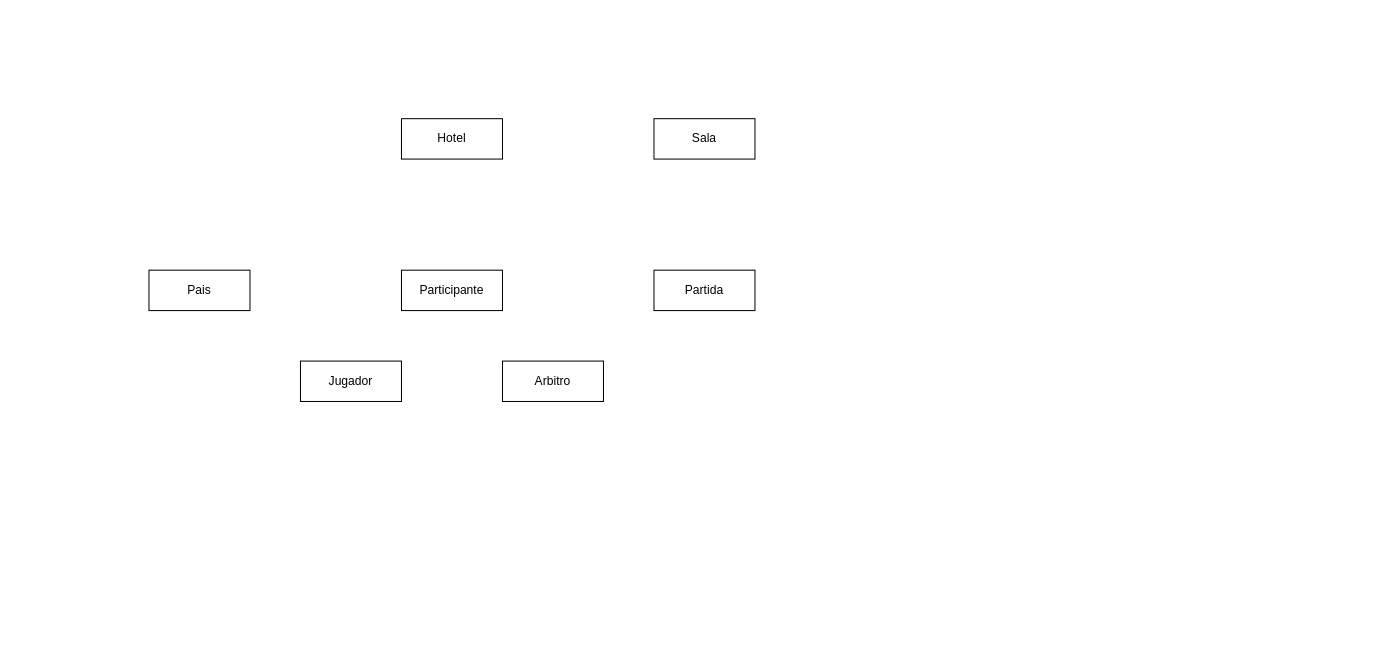
The draw.io diagram Unidad_1/Tareas/Tareas_entregables/Tarea_2/Campeonato del mundo de Ajedrez.drawio in OxideVanadium/base_de_datos, before the edit. Source tidied: cells renumbered, new cells numbered last; positions are measured from the earlier drawing's top-left corner, leaving out a move shared by most shapes. Both pictures are drawn from the tidied source at 101%, with x=0, y=0 at pixel (148, 118).
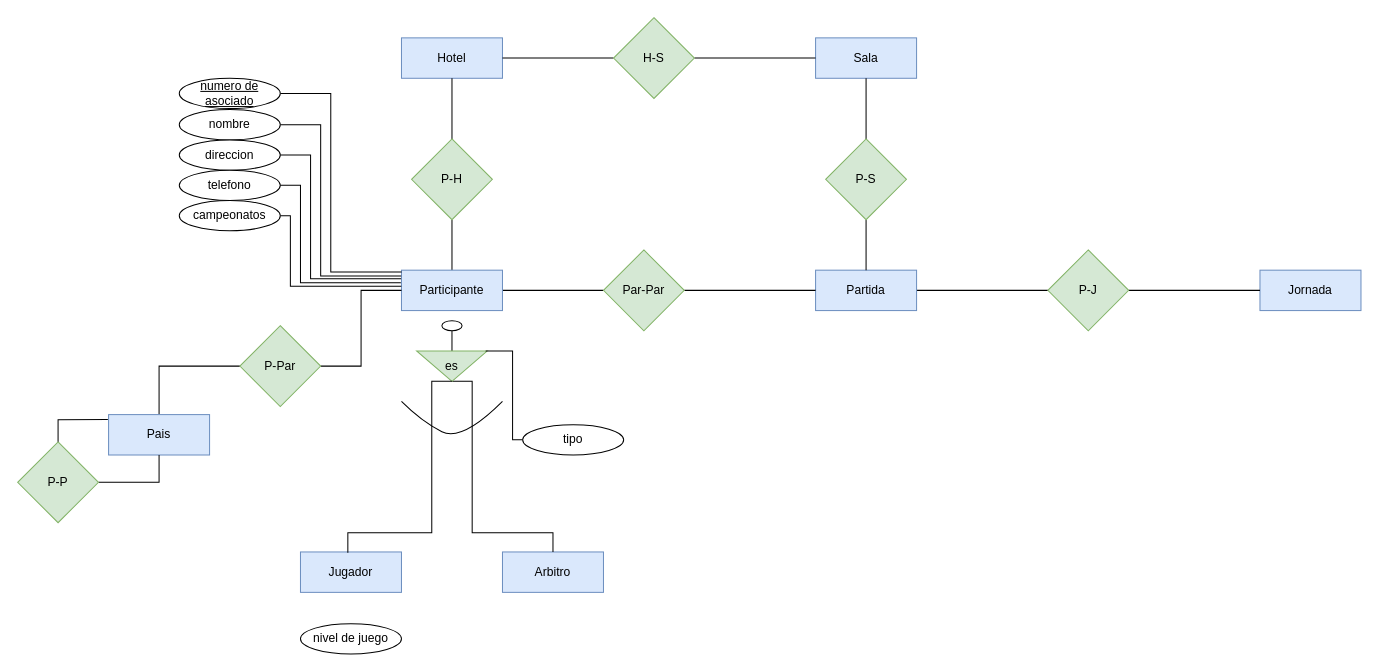
After the change.

What changed in the source:
```diff
@@
+    <mxCell id="9" style="edgeStyle=orthogonalEdgeStyle;rounded=0;jettySize=auto;html=1;entryX=0.5;entryY=1;entryDx=0;entryDy=0;endArrow=none;endFill=0;" parent="1" edge="1" source="2" target="29">
+      <mxGeometry relative="1" as="geometry" />
+    </mxCell>
+    <mxCell id="10" style="edgeStyle=orthogonalEdgeStyle;rounded=0;jettySize=auto;html=1;entryX=0;entryY=0.5;entryDx=0;entryDy=0;endArrow=none;endFill=0;" parent="1" edge="1" source="2" target="31">
+      <mxGeometry relative="1" as="geometry" />
+    </mxCell>
-    <mxCell id="2" value="Participante" style="whiteSpace=wrap;html=1;align=center;" parent="1" vertex="1">
+    <mxCell id="2" value="Participante" style="whiteSpace=wrap;html=1;align=center;fillColor=#dae8fc;strokeColor=#6c8ebf;" parent="1" vertex="1">
       <mxGeometry x="250" y="150" width="100" height="40" as="geometry" />
     </mxCell>
-    <mxCell id="3" value="Jugador" style="whiteSpace=wrap;html=1;align=center;" parent="1" vertex="1">
-      <mxGeometry x="150" y="240" width="100" height="40" as="geometry" />
+    <mxCell id="3" value="Jugador" style="whiteSpace=wrap;html=1;align=center;fillColor=#dae8fc;strokeColor=#6c8ebf;" parent="1" vertex="1">
+      <mxGeometry x="150" y="429" width="100" height="40" as="geometry" />
     </mxCell>
-    <mxCell id="4" value="Arbitro" style="whiteSpace=wrap;html=1;align=center;" parent="1" vertex="1">
-      <mxGeometry x="350" y="240" width="100" height="40" as="geometry" />
+    <mxCell id="4" value="Arbitro" style="whiteSpace=wrap;html=1;align=center;fillColor=#dae8fc;strokeColor=#6c8ebf;" parent="1" vertex="1">
+      <mxGeometry x="350" y="429" width="100" height="40" as="geometry" />
     </mxCell>
+    <mxCell id="11" style="edgeStyle=orthogonalEdgeStyle;rounded=0;jettySize=auto;html=1;entryX=0;entryY=0.5;entryDx=0;entryDy=0;exitX=0.5;exitY=0;exitDx=0;exitDy=0;endArrow=none;endFill=0;" parent="1" edge="1" source="5" target="24">
+      <mxGeometry relative="1" as="geometry">
+        <Array as="points">
+          <mxPoint x="10" y="245" />
+        </Array>
+      </mxGeometry>
+    </mxCell>
-    <mxCell id="5" value="Pais" style="whiteSpace=wrap;html=1;align=center;" parent="1" vertex="1">
-      <mxGeometry y="150" width="100" height="40" as="geometry" />
+    <mxCell id="5" value="Pais" style="whiteSpace=wrap;html=1;align=center;fillColor=#dae8fc;strokeColor=#6c8ebf;" parent="1" vertex="1">
+      <mxGeometry x="-40" y="293" width="100" height="40" as="geometry" />
     </mxCell>
+    <mxCell id="12" style="edgeStyle=orthogonalEdgeStyle;rounded=0;jettySize=auto;html=1;entryX=0;entryY=0.5;entryDx=0;entryDy=0;endArrow=none;endFill=0;" parent="1" edge="1" source="6" target="33">
+      <mxGeometry relative="1" as="geometry" />
+    </mxCell>
-    <mxCell id="6" value="Partida" style="whiteSpace=wrap;html=1;align=center;" parent="1" vertex="1">
-      <mxGeometry x="500" y="150" width="100" height="40" as="geometry" />
+    <mxCell id="6" value="Partida" style="whiteSpace=wrap;html=1;align=center;fillColor=#dae8fc;strokeColor=#6c8ebf;" parent="1" vertex="1">
+      <mxGeometry x="660" y="150" width="100" height="40" as="geometry" />
     </mxCell>
-    <mxCell id="7" value="Hotel" style="whiteSpace=wrap;html=1;align=center;" parent="1" vertex="1">
-      <mxGeometry x="250" width="100" height="40" as="geometry" />
+    <mxCell id="7" value="Hotel" style="whiteSpace=wrap;html=1;align=center;fillColor=#dae8fc;strokeColor=#6c8ebf;" parent="1" vertex="1">
+      <mxGeometry x="250" y="-80" width="100" height="40" as="geometry" />
     </mxCell>
-    <mxCell id="8" value="Sala" style="whiteSpace=wrap;html=1;align=center;" parent="1" vertex="1">
-      <mxGeometry x="500" width="100" height="40" as="geometry" />
+    <mxCell id="8" value="Sala" style="whiteSpace=wrap;html=1;align=center;fillColor=#dae8fc;strokeColor=#6c8ebf;" parent="1" vertex="1">
+      <mxGeometry x="660" y="-80" width="100" height="40" as="geometry" />
     </mxCell>
+    <mxCell id="13" value="Jornada" style="whiteSpace=wrap;html=1;align=center;fillColor=#dae8fc;strokeColor=#6c8ebf;" parent="1" vertex="1">
+      <mxGeometry x="1100" y="150" width="100" height="40" as="geometry" />
+    </mxCell>
+    <mxCell id="14" style="ellipse;whiteSpace=wrap;html=1;" parent="1" vertex="1">
+      <mxGeometry x="290" y="200" width="20" height="10" as="geometry" />
+    </mxCell>
+    <mxCell id="15" style="edgeStyle=orthogonalEdgeStyle;rounded=0;jettySize=auto;html=1;entryX=0.5;entryY=1;entryDx=0;entryDy=0;endArrow=none;endFill=0;" parent="1" edge="1" source="17" target="14">
+      <mxGeometry relative="1" as="geometry" />
+    </mxCell>
+    <mxCell id="16" style="edgeStyle=orthogonalEdgeStyle;rounded=0;jettySize=auto;html=1;entryX=0.5;entryY=0;entryDx=0;entryDy=0;endArrow=none;endFill=0;exitX=1;exitY=0.5;exitDx=0;exitDy=0;" parent="1" edge="1" source="17" target="4">
+      <mxGeometry relative="1" as="geometry">
+        <Array as="points">
+          <mxPoint x="320" y="260" />
+          <mxPoint x="320" y="410" />
+          <mxPoint x="400" y="410" />
+        </Array>
+      </mxGeometry>
+    </mxCell>
+    <mxCell id="17" style="triangle;whiteSpace=wrap;html=1;rotation=90;fillColor=#d5e8d4;strokeColor=#82b366;" parent="1" vertex="1">
+      <mxGeometry x="285" y="210" width="30" height="70" as="geometry" />
+    </mxCell>
+    <mxCell id="18" style="edgeStyle=orthogonalEdgeStyle;rounded=0;jettySize=auto;html=1;entryX=0.469;entryY=0.022;entryDx=0;entryDy=0;entryPerimeter=0;endArrow=none;endFill=0;exitX=1;exitY=0.5;exitDx=0;exitDy=0;" parent="1" edge="1" source="17" target="3">
+      <mxGeometry relative="1" as="geometry">
+        <Array as="points">
+          <mxPoint x="280" y="260" />
+          <mxPoint x="280" y="410" />
+          <mxPoint x="197" y="410" />
+        </Array>
+      </mxGeometry>
+    </mxCell>
+    <mxCell id="19" style="curved=1;endArrow=none;html=1;rounded=0;endFill=0;" parent="1" edge="1">
+      <mxGeometry relative="1" as="geometry">
+        <mxPoint x="250" y="280" as="sourcePoint" />
+        <mxPoint x="350" y="280" as="targetPoint" />
+        <Array as="points">
+          <mxPoint x="270" y="300" />
+          <mxPoint x="310" y="320" />
+        </Array>
+      </mxGeometry>
+    </mxCell>
+    <mxCell id="20" value="es" style="text;html=1;strokeColor=none;fillColor=none;align=center;verticalAlign=middle;whiteSpace=wrap;rounded=0;" parent="1" vertex="1">
+      <mxGeometry x="270" y="230" width="60" height="30" as="geometry" />
+    </mxCell>
+    <mxCell id="21" style="edgeStyle=orthogonalEdgeStyle;rounded=0;jettySize=auto;html=1;entryX=0.003;entryY=0.023;entryDx=0;entryDy=0;endArrow=none;endFill=0;entryPerimeter=0;" parent="1" edge="1" source="22" target="17">
+      <mxGeometry relative="1" as="geometry">
+        <Array as="points">
+          <mxPoint x="360" y="230" />
+        </Array>
+      </mxGeometry>
+    </mxCell>
+    <mxCell id="22" value="tipo" style="ellipse;whiteSpace=wrap;html=1;align=center;" parent="1" vertex="1">
+      <mxGeometry x="370" y="303" width="100" height="30" as="geometry" />
+    </mxCell>
+    <mxCell id="23" style="edgeStyle=orthogonalEdgeStyle;rounded=0;jettySize=auto;html=1;entryX=0;entryY=0.5;entryDx=0;entryDy=0;endArrow=none;endFill=0;" parent="1" edge="1" source="24" target="2">
+      <mxGeometry relative="1" as="geometry" />
+    </mxCell>
+    <mxCell id="24" value="P-Par" style="rhombus;whiteSpace=wrap;html=1;fillColor=#d5e8d4;strokeColor=#82b366;" parent="1" vertex="1">
+      <mxGeometry x="90" y="205" width="80" height="80" as="geometry" />
+    </mxCell>
+    <mxCell id="25" style="edgeStyle=orthogonalEdgeStyle;rounded=0;jettySize=auto;html=1;entryX=0.5;entryY=1;entryDx=0;entryDy=0;endArrow=none;endFill=0;" parent="1" edge="1" source="26" target="5">
+      <mxGeometry relative="1" as="geometry" />
+    </mxCell>
+    <mxCell id="26" value="P-P" style="rhombus;whiteSpace=wrap;html=1;fillColor=#d5e8d4;strokeColor=#82b366;" parent="1" vertex="1">
+      <mxGeometry x="-130" y="320" width="80" height="80" as="geometry" />
+    </mxCell>
+    <mxCell id="27" style="edgeStyle=orthogonalEdgeStyle;rounded=0;jettySize=auto;html=1;entryX=-0.007;entryY=0.124;entryDx=0;entryDy=0;entryPerimeter=0;endArrow=none;endFill=0;" parent="1" edge="1" source="26" target="5">
+      <mxGeometry relative="1" as="geometry">
+        <Array as="points">
+          <mxPoint x="-90" y="298" />
+        </Array>
+      </mxGeometry>
+    </mxCell>
+    <mxCell id="28" style="edgeStyle=orthogonalEdgeStyle;rounded=0;jettySize=auto;html=1;entryX=0.5;entryY=1;entryDx=0;entryDy=0;endArrow=none;endFill=0;" parent="1" edge="1" source="29" target="7">
+      <mxGeometry relative="1" as="geometry" />
+    </mxCell>
+    <mxCell id="29" value="P-H" style="rhombus;whiteSpace=wrap;html=1;fillColor=#d5e8d4;strokeColor=#82b366;" parent="1" vertex="1">
+      <mxGeometry x="260" y="20" width="80" height="80" as="geometry" />
+    </mxCell>
+    <mxCell id="30" style="edgeStyle=orthogonalEdgeStyle;rounded=0;jettySize=auto;html=1;entryX=0;entryY=0.5;entryDx=0;entryDy=0;endArrow=none;endFill=0;" parent="1" edge="1" source="31" target="6">
+      <mxGeometry relative="1" as="geometry" />
+    </mxCell>
+    <mxCell id="31" value="Par-Par" style="rhombus;whiteSpace=wrap;html=1;fillColor=#d5e8d4;strokeColor=#82b366;" parent="1" vertex="1">
+      <mxGeometry x="450" y="130" width="80" height="80" as="geometry" />
+    </mxCell>
+    <mxCell id="32" style="edgeStyle=orthogonalEdgeStyle;rounded=0;jettySize=auto;html=1;entryX=0;entryY=0.5;entryDx=0;entryDy=0;endArrow=none;endFill=0;" parent="1" edge="1" source="33" target="13">
+      <mxGeometry relative="1" as="geometry" />
+    </mxCell>
+    <mxCell id="33" value="P-J" style="rhombus;whiteSpace=wrap;html=1;fillColor=#d5e8d4;strokeColor=#82b366;" parent="1" vertex="1">
+      <mxGeometry x="890" y="130" width="80" height="80" as="geometry" />
+    </mxCell>
+    <mxCell id="34" style="edgeStyle=orthogonalEdgeStyle;rounded=0;jettySize=auto;html=1;endArrow=none;endFill=0;" parent="1" edge="1" source="36" target="6">
+      <mxGeometry relative="1" as="geometry" />
+    </mxCell>
+    <mxCell id="35" style="edgeStyle=orthogonalEdgeStyle;rounded=0;jettySize=auto;html=1;entryX=0.5;entryY=1;entryDx=0;entryDy=0;endArrow=none;endFill=0;" parent="1" edge="1" source="36" target="8">
+      <mxGeometry relative="1" as="geometry" />
+    </mxCell>
+    <mxCell id="36" value="P-S" style="rhombus;whiteSpace=wrap;html=1;fillColor=#d5e8d4;strokeColor=#82b366;" parent="1" vertex="1">
+      <mxGeometry x="670" y="20" width="80" height="80" as="geometry" />
+    </mxCell>
+    <mxCell id="37" style="edgeStyle=orthogonalEdgeStyle;rounded=0;jettySize=auto;html=1;entryX=1;entryY=0.5;entryDx=0;entryDy=0;endArrow=none;endFill=0;" parent="1" edge="1" source="39" target="7">
+      <mxGeometry relative="1" as="geometry" />
+    </mxCell>
+    <mxCell id="38" style="edgeStyle=orthogonalEdgeStyle;rounded=0;jettySize=auto;html=1;entryX=0;entryY=0.5;entryDx=0;entryDy=0;endArrow=none;endFill=0;" parent="1" edge="1" source="39" target="8">
+      <mxGeometry relative="1" as="geometry" />
+    </mxCell>
+    <mxCell id="39" value="H-S" style="rhombus;whiteSpace=wrap;html=1;fillColor=#d5e8d4;strokeColor=#82b366;" parent="1" vertex="1">
+      <mxGeometry x="460" y="-100" width="80" height="80" as="geometry" />
+    </mxCell>
+    <mxCell id="40" style="edgeStyle=orthogonalEdgeStyle;rounded=0;jettySize=auto;html=1;entryX=0.001;entryY=0.048;entryDx=0;entryDy=0;endArrow=none;endFill=0;entryPerimeter=0;" parent="1" edge="1" source="41" target="2">
+      <mxGeometry relative="1" as="geometry">
+        <Array as="points">
+          <mxPoint x="180" y="-25" />
+          <mxPoint x="180" y="152" />
+          <mxPoint x="250" y="152" />
+        </Array>
+      </mxGeometry>
+    </mxCell>
+    <mxCell id="41" value="numero de asociado" style="ellipse;whiteSpace=wrap;html=1;align=center;fontStyle=4;" parent="1" vertex="1">
+      <mxGeometry x="30" y="-40" width="100" height="30" as="geometry" />
+    </mxCell>
+    <mxCell id="42" style="edgeStyle=orthogonalEdgeStyle;rounded=0;jettySize=auto;html=1;endArrow=none;endFill=0;entryX=-0.003;entryY=0.142;entryDx=0;entryDy=0;entryPerimeter=0;" parent="1" edge="1" source="43" target="2">
+      <mxGeometry relative="1" as="geometry">
+        <Array as="points">
+          <mxPoint x="170" y="6" />
+          <mxPoint x="170" y="156" />
+        </Array>
+      </mxGeometry>
+    </mxCell>
+    <mxCell id="43" value="nombre" style="ellipse;whiteSpace=wrap;html=1;align=center;" parent="1" vertex="1">
+      <mxGeometry x="30" y="-9" width="100" height="30" as="geometry" />
+    </mxCell>
+    <mxCell id="44" value="direccion" style="ellipse;whiteSpace=wrap;html=1;align=center;" parent="1" vertex="1">
+      <mxGeometry x="30" y="21" width="100" height="30" as="geometry" />
+    </mxCell>
+    <mxCell id="45" value="telefono" style="ellipse;whiteSpace=wrap;html=1;align=center;" parent="1" vertex="1">
+      <mxGeometry x="30" y="51" width="100" height="30" as="geometry" />
+    </mxCell>
+    <mxCell id="46" style="edgeStyle=orthogonalEdgeStyle;rounded=0;jettySize=auto;html=1;endArrow=none;endFill=0;entryX=-0.002;entryY=0.397;entryDx=0;entryDy=0;entryPerimeter=0;" parent="1" edge="1" source="47" target="2">
+      <mxGeometry relative="1" as="geometry">
+        <Array as="points">
+          <mxPoint x="140" y="96" />
+          <mxPoint x="140" y="166" />
+          <mxPoint x="250" y="166" />
+        </Array>
+      </mxGeometry>
+    </mxCell>
+    <mxCell id="47" value="campeonatos" style="ellipse;whiteSpace=wrap;html=1;align=center;" parent="1" vertex="1">
+      <mxGeometry x="30" y="81" width="100" height="30" as="geometry" />
+    </mxCell>
+    <mxCell id="48" value="nivel de juego" style="ellipse;whiteSpace=wrap;html=1;align=center;" parent="1" vertex="1">
+      <mxGeometry x="150" y="500" width="100" height="30" as="geometry" />
+    </mxCell>
+    <mxCell id="49" style="edgeStyle=orthogonalEdgeStyle;rounded=0;jettySize=auto;html=1;entryX=-0.006;entryY=0.311;entryDx=0;entryDy=0;entryPerimeter=0;endArrow=none;endFill=0;" parent="1" edge="1" source="45" target="2">
+      <mxGeometry relative="1" as="geometry">
+        <Array as="points">
+          <mxPoint x="150" y="66" />
+          <mxPoint x="150" y="162" />
+        </Array>
+      </mxGeometry>
+    </mxCell>
+    <mxCell id="50" style="edgeStyle=orthogonalEdgeStyle;rounded=0;jettySize=auto;html=1;entryX=-0.004;entryY=0.215;entryDx=0;entryDy=0;entryPerimeter=0;endArrow=none;endFill=0;" parent="1" edge="1" source="44" target="2">
+      <mxGeometry relative="1" as="geometry">
+        <Array as="points">
+          <mxPoint x="160" y="36" />
+          <mxPoint x="160" y="159" />
+        </Array>
+      </mxGeometry>
+    </mxCell>
```
